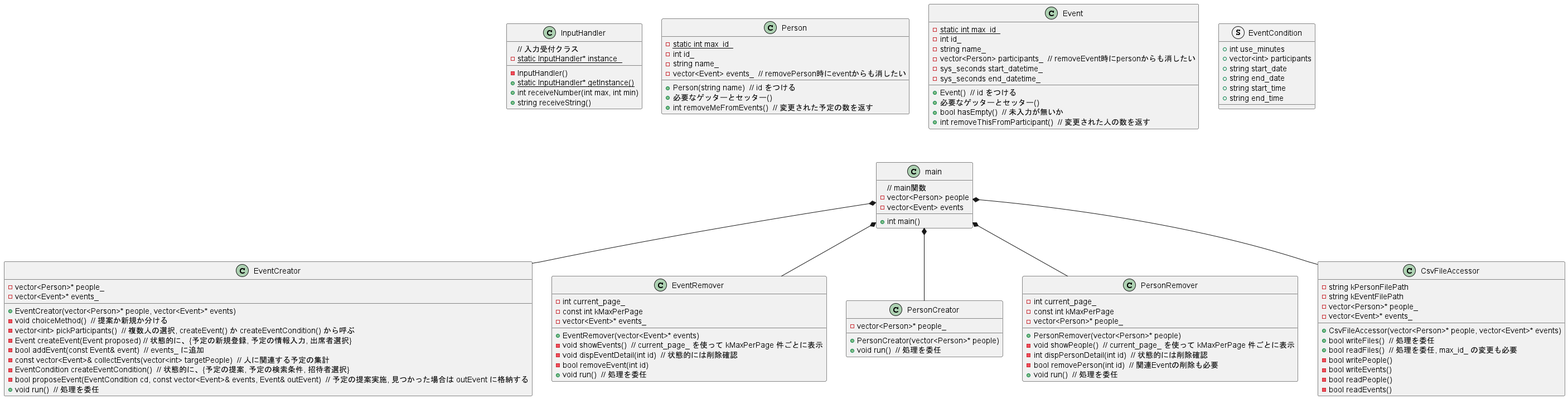
Above: class.png in kimura-y-digi/tutor_schedule_adjuster (PlantUML), before the change.
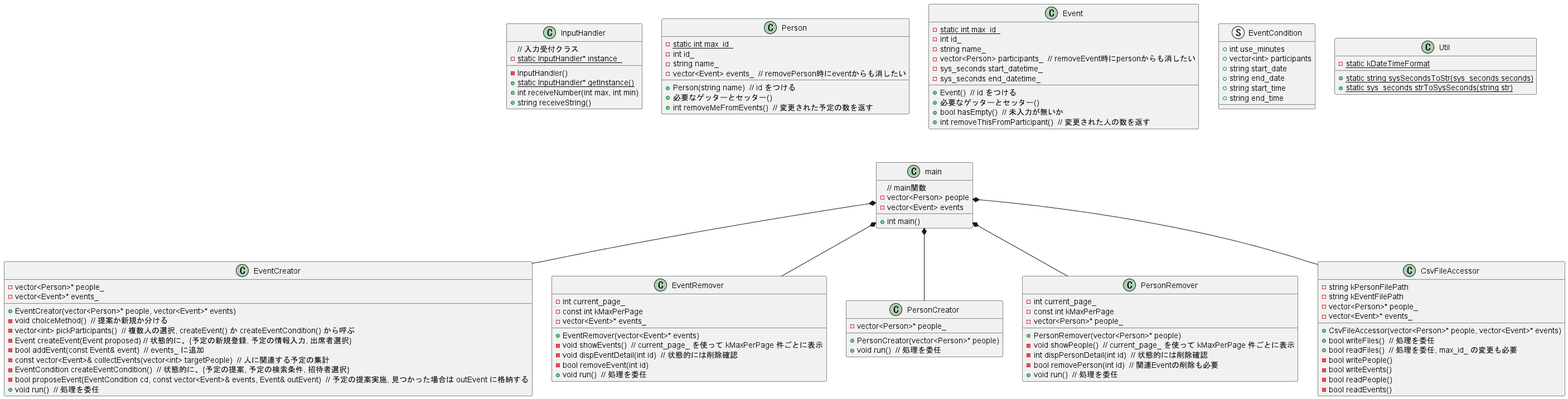
After the change.

Commit message:
save : temporary Util

The edit, as a diff of the source:
```diff
@@ -5,6 +5,12 @@
     - vector<Person> people
     - vector<Event> events
     + int main()
+}
+
+class Util {
+    - {static} static kDateTimeFormat
+    + {static} static string sysSecondsToStr(sys_seconds seconds)
+    + {static} static sys_seconds strToSysSeconds(string str)
 }
 
 class InputHandler {
```
